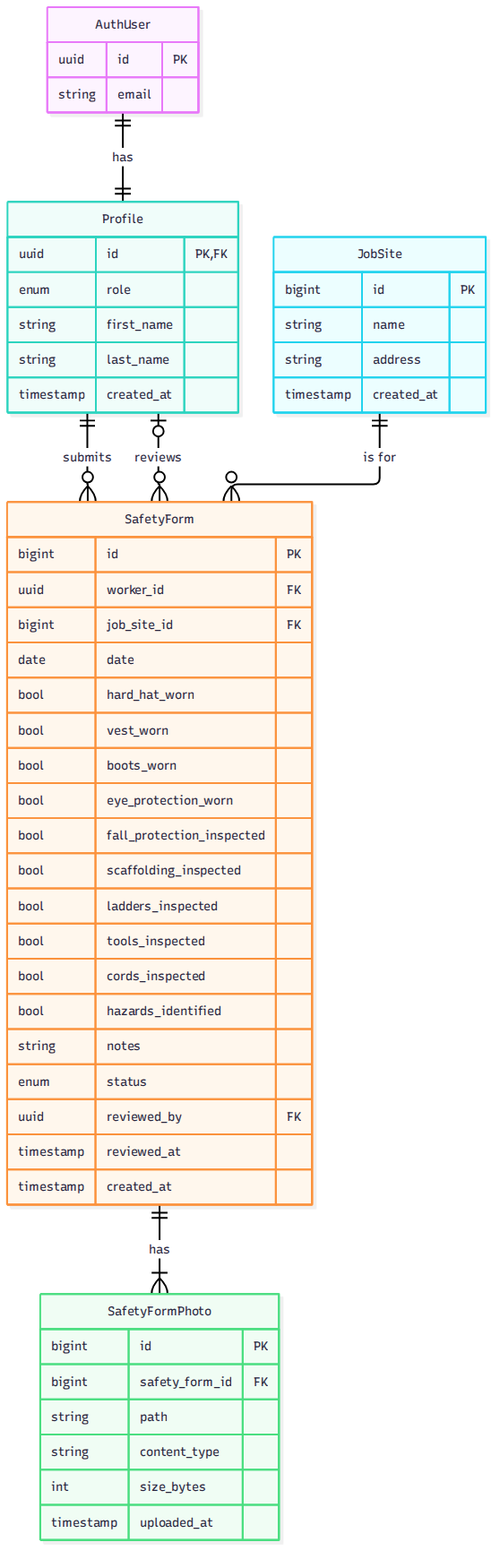
robbie-thomlinson/ras-safety-portal keeps this Mermaid diagram as docs/erd.png. Above is the earlier version. Its source is kept beside it as docs/erd.mmd.
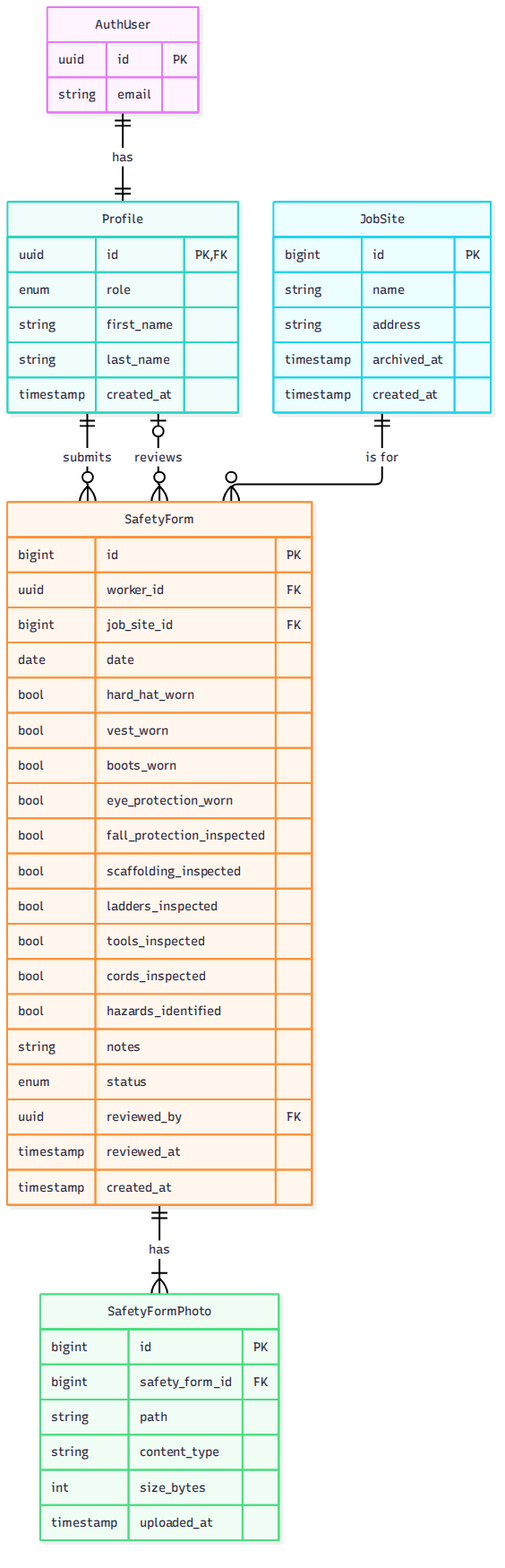
Above is the later version.

Change to the diagram source:
```diff
@@ -22,6 +22,7 @@
         bigint id PK
         string name
         string address
+        timestamp archived_at
         timestamp created_at
     }
 
```
